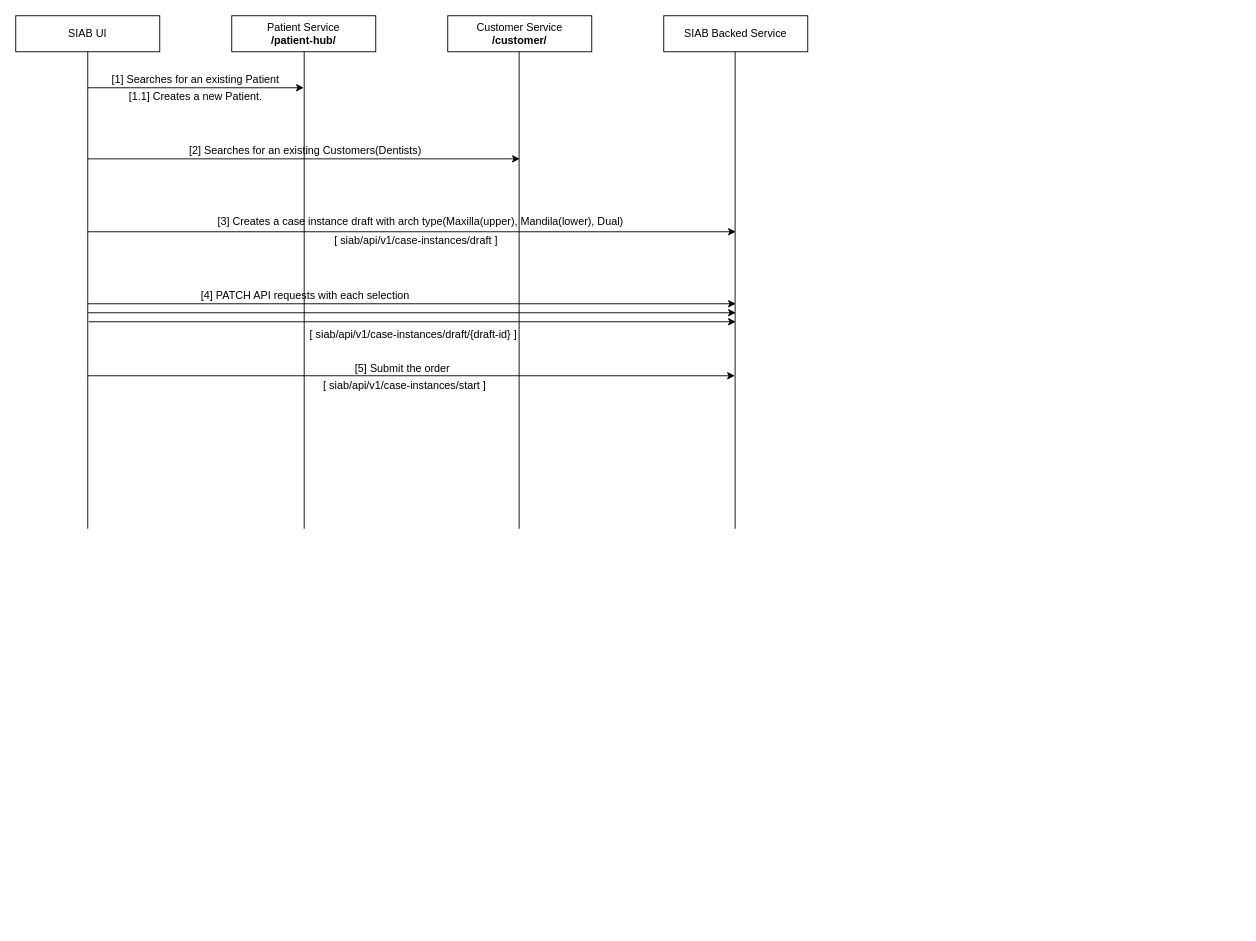
Above: page "Page-2" (2 of 2) of axs-order.drawio in ankitverma5859/drawio (draw.io), before the change. Source tidied: cells renumbered, new cells numbered last; positions are measured from the earlier drawing's top-left corner, leaving out a move shared by most shapes. Both pictures are drawn from the tidied source at 90%, with x=0, y=0 at pixel (15, 15).
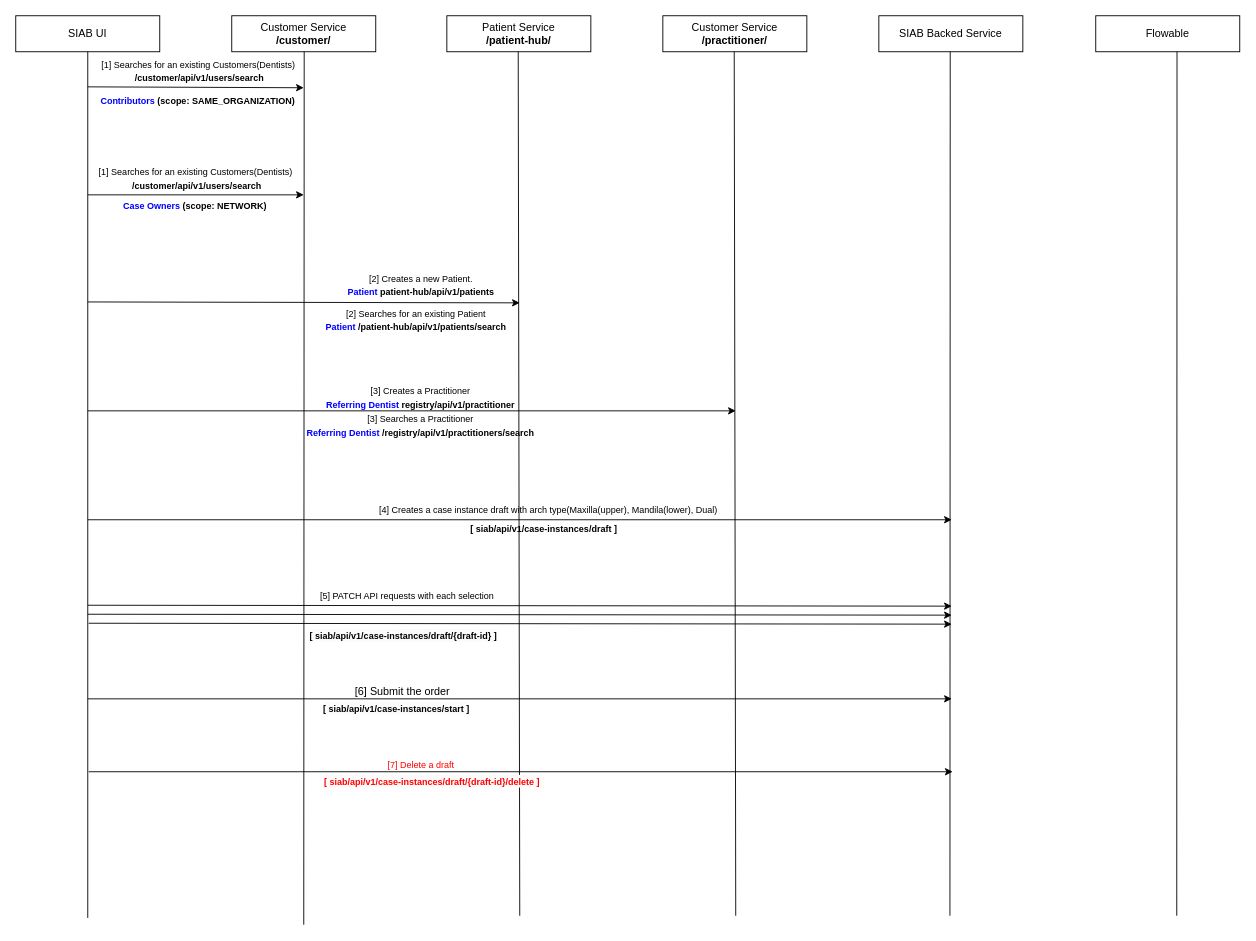
The same page after the edit.

What changed in the source:
```diff
@@
-    <mxCell id="3" value="Patient Service&lt;br&gt;&lt;b&gt;/patient-hub/&lt;/b&gt;" style="rounded=0;whiteSpace=wrap;html=1;" parent="1" vertex="1">
+    <mxCell id="3" value="Customer Service&lt;br style=&quot;border-color: var(--border-color);&quot;&gt;&lt;b style=&quot;border-color: var(--border-color);&quot;&gt;/customer/&lt;/b&gt;" style="rounded=0;whiteSpace=wrap;html=1;" parent="1" vertex="1">
       <mxGeometry x="240" width="160" height="40" as="geometry" />
     </mxCell>
-    <mxCell id="4" value="Customer Service&lt;br&gt;&lt;b style=&quot;border-color: var(--border-color);&quot;&gt;/customer/&lt;/b&gt;" style="rounded=0;whiteSpace=wrap;html=1;" parent="1" vertex="1">
-      <mxGeometry x="480" width="160" height="40" as="geometry" />
+    <mxCell id="4" value="Customer Service&lt;br&gt;&lt;b style=&quot;border-color: var(--border-color);&quot;&gt;/practitioner/&lt;/b&gt;" style="rounded=0;whiteSpace=wrap;html=1;" parent="1" vertex="1">
+      <mxGeometry x="719" width="160" height="40" as="geometry" />
     </mxCell>
     <mxCell id="5" value="SIAB Backed Service" style="rounded=0;whiteSpace=wrap;html=1;" parent="1" vertex="1">
-      <mxGeometry x="720" width="160" height="40" as="geometry" />
+      <mxGeometry x="959" width="160" height="40" as="geometry" />
     </mxCell>
     <mxCell id="6" style="endArrow=none;html=1;rounded=0;" parent="1" edge="1">
       <mxGeometry relative="1" as="geometry">
-        <mxPoint x="80" y="570" as="sourcePoint" />
+        <mxPoint x="80" y="1002.4" as="sourcePoint" />
         <mxPoint x="80" y="40" as="targetPoint" />
       </mxGeometry>
     </mxCell>
     <mxCell id="7" style="endArrow=none;html=1;rounded=0;" parent="1" edge="1">
       <mxGeometry relative="1" as="geometry">
-        <mxPoint x="320.5" y="570" as="sourcePoint" />
+        <mxPoint x="320" y="1010" as="sourcePoint" />
         <mxPoint x="320.5" y="40" as="targetPoint" />
       </mxGeometry>
     </mxCell>
     <mxCell id="8" style="endArrow=none;html=1;rounded=0;" parent="1" edge="1">
       <mxGeometry relative="1" as="geometry">
-        <mxPoint x="559.3" y="570" as="sourcePoint" />
-        <mxPoint x="559.3" y="40" as="targetPoint" />
+        <mxPoint x="800" y="1000" as="sourcePoint" />
+        <mxPoint x="798.3" y="40" as="targetPoint" />
       </mxGeometry>
     </mxCell>
     <mxCell id="9" style="endArrow=none;html=1;rounded=0;" parent="1" edge="1">
       <mxGeometry relative="1" as="geometry">
-        <mxPoint x="799.3" y="570" as="sourcePoint" />
-        <mxPoint x="799.3" y="40" as="targetPoint" />
+        <mxPoint x="1038" y="1000" as="sourcePoint" />
+        <mxPoint x="1038.3" y="40" as="targetPoint" />
       </mxGeometry>
     </mxCell>
     <mxCell id="10" style="endArrow=classic;html=1;rounded=0;" parent="1" edge="1">
       <mxGeometry relative="1" as="geometry">
-        <mxPoint x="80" y="80" as="sourcePoint" />
-        <mxPoint x="320" y="80" as="targetPoint" />
+        <mxPoint x="80" y="318" as="sourcePoint" />
+        <mxPoint x="560" y="319" as="targetPoint" />
       </mxGeometry>
     </mxCell>
-    <mxCell id="11" value="[1] Searches for an existing Patient" style="text;html=1;strokeColor=none;fillColor=none;align=center;verticalAlign=middle;whiteSpace=wrap;rounded=0;" parent="1" vertex="1">
-      <mxGeometry x="100" y="66" width="200" height="10" as="geometry" />
+    <mxCell id="11" value="&lt;font style=&quot;font-size: 10px;&quot;&gt;[2] Searches for an existing Patient&lt;br&gt;&lt;b&gt;&lt;font color=&quot;#0000ff&quot;&gt;Patient&lt;/font&gt; /patient-hub/api/v1/patients/search&lt;/b&gt;&lt;br&gt;&lt;/font&gt;" style="text;html=1;strokeColor=none;fillColor=none;align=center;verticalAlign=middle;whiteSpace=wrap;rounded=0;" parent="1" vertex="1">
+      <mxGeometry x="330" y="323" width="230" height="30" as="geometry" />
     </mxCell>
     <mxCell id="12" style="endArrow=classic;html=1;rounded=0;" parent="1" edge="1">
       <mxGeometry relative="1" as="geometry">
-        <mxPoint x="80" y="159" as="sourcePoint" />
-        <mxPoint x="560" y="159" as="targetPoint" />
+        <mxPoint x="80" y="79" as="sourcePoint" />
+        <mxPoint x="320" y="80" as="targetPoint" />
       </mxGeometry>
     </mxCell>
-    <mxCell id="13" value="[2] Searches for an existing Customers(Dentists)" style="text;html=1;strokeColor=none;fillColor=none;align=center;verticalAlign=middle;whiteSpace=wrap;rounded=0;" parent="1" vertex="1">
-      <mxGeometry x="162" y="145" width="320" height="10" as="geometry" />
+    <mxCell id="13" value="&lt;font style=&quot;font-size: 10px;&quot;&gt;[1] Searches for an existing Customers(Dentists)&amp;nbsp;&lt;br&gt;&lt;b&gt;/customer/api/v1/users/search&lt;/b&gt;&lt;/font&gt;" style="text;html=1;strokeColor=none;fillColor=none;align=center;verticalAlign=middle;whiteSpace=wrap;rounded=0;" parent="1" vertex="1">
+      <mxGeometry x="84" y="56" width="241" height="10" as="geometry" />
     </mxCell>
-    <mxCell id="14" value="[1.1] Creates a new Patient." style="text;html=1;strokeColor=none;fillColor=none;align=center;verticalAlign=middle;whiteSpace=wrap;rounded=0;" parent="1" vertex="1">
-      <mxGeometry x="100" y="85" width="200" height="10" as="geometry" />
+    <mxCell id="14" value="&lt;font style=&quot;font-size: 10px;&quot;&gt;[2] Creates a new Patient.&lt;br&gt;&lt;b&gt;&lt;font color=&quot;#0000ff&quot;&gt;Patient &lt;/font&gt;patient-hub/api/v1/patients&lt;/b&gt;&lt;br&gt;&lt;/font&gt;" style="text;html=1;strokeColor=none;fillColor=none;align=center;verticalAlign=middle;whiteSpace=wrap;rounded=0;" parent="1" vertex="1">
+      <mxGeometry x="362.5" y="282" width="175" height="34" as="geometry" />
     </mxCell>
     <mxCell id="15" style="endArrow=classic;html=1;rounded=0;" parent="1" edge="1">
       <mxGeometry relative="1" as="geometry">
-        <mxPoint x="80" y="240" as="sourcePoint" />
-        <mxPoint x="800" y="240" as="targetPoint" />
+        <mxPoint x="80" y="560" as="sourcePoint" />
+        <mxPoint x="1040" y="560" as="targetPoint" />
       </mxGeometry>
     </mxCell>
-    <mxCell id="16" value="[3] Creates a case instance draft with arch type(Maxilla(upper), Mandila(lower), Dual)" style="text;html=1;strokeColor=none;fillColor=none;align=center;verticalAlign=middle;whiteSpace=wrap;rounded=0;" parent="1" vertex="1">
-      <mxGeometry x="210" y="224" width="480" height="10" as="geometry" />
+    <mxCell id="16" value="&lt;font style=&quot;font-size: 10px;&quot;&gt;[4] Creates a case instance draft with arch type(Maxilla(upper), Mandila(lower), Dual)&lt;/font&gt;" style="text;html=1;strokeColor=none;fillColor=none;align=center;verticalAlign=middle;whiteSpace=wrap;rounded=0;" parent="1" vertex="1">
+      <mxGeometry x="352" y="544" width="480" height="10" as="geometry" />
     </mxCell>
-    <mxCell id="17" value="[ siab/api/v1/case-instances/draft ]" style="text;html=1;strokeColor=none;fillColor=none;align=center;verticalAlign=middle;whiteSpace=wrap;rounded=0;" parent="1" vertex="1">
-      <mxGeometry x="340" y="240" width="210" height="20" as="geometry" />
+    <mxCell id="17" value="&lt;b&gt;&lt;font style=&quot;font-size: 10px;&quot;&gt;[ siab/api/v1/case-instances/draft ]&lt;/font&gt;&lt;/b&gt;" style="text;html=1;strokeColor=none;fillColor=none;align=center;verticalAlign=middle;whiteSpace=wrap;rounded=0;" parent="1" vertex="1">
+      <mxGeometry x="482" y="560" width="210" height="20" as="geometry" />
     </mxCell>
     <mxCell id="18" style="endArrow=classic;html=1;rounded=0;" parent="1" edge="1">
       <mxGeometry relative="1" as="geometry">
-        <mxPoint x="80" y="320" as="sourcePoint" />
-        <mxPoint x="800" y="320" as="targetPoint" />
+        <mxPoint x="80" y="655" as="sourcePoint" />
+        <mxPoint x="1040" y="656" as="targetPoint" />
       </mxGeometry>
     </mxCell>
-    <mxCell id="19" value="[4] PATCH API requests with each selection" style="text;html=1;strokeColor=none;fillColor=none;align=center;verticalAlign=middle;whiteSpace=wrap;rounded=0;" parent="1" vertex="1">
-      <mxGeometry x="162" y="306" width="320" height="10" as="geometry" />
+    <mxCell id="19" value="&lt;font style=&quot;font-size: 10px;&quot;&gt;[5] PATCH API requests with each selection&lt;/font&gt;" style="text;html=1;strokeColor=none;fillColor=none;align=center;verticalAlign=middle;whiteSpace=wrap;rounded=0;" parent="1" vertex="1">
+      <mxGeometry x="320" y="640" width="230" height="10" as="geometry" />
     </mxCell>
     <mxCell id="20" style="endArrow=classic;html=1;rounded=0;" parent="1" edge="1">
       <mxGeometry relative="1" as="geometry">
-        <mxPoint x="80" y="330" as="sourcePoint" />
-        <mxPoint x="800" y="330" as="targetPoint" />
+        <mxPoint x="80" y="665" as="sourcePoint" />
+        <mxPoint x="1040" y="666" as="targetPoint" />
       </mxGeometry>
     </mxCell>
     <mxCell id="21" style="endArrow=classic;html=1;rounded=0;" parent="1" edge="1">
       <mxGeometry relative="1" as="geometry">
-        <mxPoint x="81" y="340" as="sourcePoint" />
-        <mxPoint x="800" y="340" as="targetPoint" />
+        <mxPoint x="81" y="675" as="sourcePoint" />
+        <mxPoint x="1040" y="676" as="targetPoint" />
       </mxGeometry>
     </mxCell>
-    <mxCell id="22" value="&lt;span style=&quot;color: rgb(0, 0, 0); font-family: Helvetica; font-size: 12px; font-style: normal; font-variant-ligatures: normal; font-variant-caps: normal; font-weight: 400; letter-spacing: normal; orphans: 2; text-align: center; text-indent: 0px; text-transform: none; widows: 2; word-spacing: 0px; -webkit-text-stroke-width: 0px; background-color: rgb(251, 251, 251); text-decoration-thickness: initial; text-decoration-style: initial; text-decoration-color: initial; float: none; display: inline !important;&quot;&gt;[ siab/api/v1/case-instances/draft/{draft-id} ]&lt;/span&gt;" style="text;whiteSpace=wrap;html=1;" parent="1" vertex="1">
-      <mxGeometry x="325" y="340" width="250" height="20" as="geometry" />
+    <mxCell id="22" value="&lt;span style=&quot;color: rgb(0, 0, 0); font-family: Helvetica; font-style: normal; font-variant-ligatures: normal; font-variant-caps: normal; letter-spacing: normal; orphans: 2; text-align: center; text-indent: 0px; text-transform: none; widows: 2; word-spacing: 0px; -webkit-text-stroke-width: 0px; background-color: rgb(251, 251, 251); text-decoration-thickness: initial; text-decoration-style: initial; text-decoration-color: initial; float: none; display: inline !important;&quot;&gt;&lt;b style=&quot;&quot;&gt;&lt;font style=&quot;font-size: 10px;&quot;&gt;[ siab/api/v1/case-instances/draft/{draft-id} ]&lt;/font&gt;&lt;/b&gt;&lt;/span&gt;" style="text;whiteSpace=wrap;html=1;" parent="1" vertex="1">
+      <mxGeometry x="325" y="675" width="250" height="20" as="geometry" />
     </mxCell>
     <mxCell id="23" style="endArrow=classic;html=1;rounded=0;" parent="1" edge="1">
       <mxGeometry relative="1" as="geometry">
-        <mxPoint x="80" y="400" as="sourcePoint" />
-        <mxPoint x="799" y="400" as="targetPoint" />
+        <mxPoint x="80" y="759" as="sourcePoint" />
+        <mxPoint x="1040" y="759" as="targetPoint" />
       </mxGeometry>
     </mxCell>
-    <mxCell id="24" value="[5] Submit the order" style="text;html=1;strokeColor=none;fillColor=none;align=center;verticalAlign=middle;whiteSpace=wrap;rounded=0;" parent="1" vertex="1">
-      <mxGeometry x="270" y="387" width="320" height="10" as="geometry" />
+    <mxCell id="24" value="[6] Submit the order" style="text;html=1;strokeColor=none;fillColor=none;align=center;verticalAlign=middle;whiteSpace=wrap;rounded=0;" parent="1" vertex="1">
+      <mxGeometry x="270" y="746" width="320" height="10" as="geometry" />
     </mxCell>
-    <mxCell id="25" value="&lt;span style=&quot;color: rgb(0, 0, 0); font-family: Helvetica; font-size: 12px; font-style: normal; font-variant-ligatures: normal; font-variant-caps: normal; font-weight: 400; letter-spacing: normal; orphans: 2; text-align: center; text-indent: 0px; text-transform: none; widows: 2; word-spacing: 0px; -webkit-text-stroke-width: 0px; background-color: rgb(251, 251, 251); text-decoration-thickness: initial; text-decoration-style: initial; text-decoration-color: initial; float: none; display: inline !important;&quot;&gt;[ siab/api/v1/case-instances/start ]&lt;/span&gt;" style="text;whiteSpace=wrap;html=1;" parent="1" vertex="1">
-      <mxGeometry x="340" y="397" width="250" height="20" as="geometry" />
+    <mxCell id="25" value="&lt;span style=&quot;color: rgb(0, 0, 0); font-family: Helvetica; font-style: normal; font-variant-ligatures: normal; font-variant-caps: normal; letter-spacing: normal; orphans: 2; text-align: center; text-indent: 0px; text-transform: none; widows: 2; word-spacing: 0px; -webkit-text-stroke-width: 0px; background-color: rgb(251, 251, 251); text-decoration-thickness: initial; text-decoration-style: initial; text-decoration-color: initial; float: none; display: inline !important;&quot;&gt;&lt;b style=&quot;&quot;&gt;&lt;font style=&quot;font-size: 10px;&quot;&gt;[ siab/api/v1/case-instances/start ]&lt;/font&gt;&lt;/b&gt;&lt;/span&gt;" style="text;whiteSpace=wrap;html=1;" parent="1" vertex="1">
+      <mxGeometry x="340" y="756" width="180" height="20" as="geometry" />
     </mxCell>
+    <mxCell id="26" value="Patient Service&lt;br style=&quot;border-color: var(--border-color);&quot;&gt;&lt;b style=&quot;border-color: var(--border-color);&quot;&gt;/patient-hub/&lt;/b&gt;" style="rounded=0;whiteSpace=wrap;html=1;" parent="1" vertex="1">
+      <mxGeometry x="479" width="160" height="40" as="geometry" />
+    </mxCell>
+    <mxCell id="27" style="endArrow=none;html=1;rounded=0;" parent="1" edge="1">
+      <mxGeometry relative="1" as="geometry">
+        <mxPoint x="560" y="1000" as="sourcePoint" />
+        <mxPoint x="558.3" y="40" as="targetPoint" />
+      </mxGeometry>
+    </mxCell>
+    <mxCell id="28" style="endArrow=classic;html=1;rounded=0;" parent="1" edge="1">
+      <mxGeometry relative="1" as="geometry">
+        <mxPoint x="80" y="439" as="sourcePoint" />
+        <mxPoint x="800" y="439" as="targetPoint" />
+      </mxGeometry>
+    </mxCell>
+    <mxCell id="29" value="&lt;font style=&quot;font-size: 10px;&quot;&gt;[3] Creates a Practitioner&lt;br&gt;&lt;b style=&quot;border-color: var(--border-color); font-size: 12px;&quot;&gt;&lt;font style=&quot;border-color: var(--border-color); font-size: 10px;&quot; color=&quot;#0000ff&quot;&gt;Referring Dentist&amp;nbsp;&lt;/font&gt;&lt;/b&gt;&lt;b&gt;registry/api/v1/practitioner&lt;/b&gt;&lt;/font&gt;" style="text;html=1;strokeColor=none;fillColor=none;align=center;verticalAlign=middle;whiteSpace=wrap;rounded=0;" parent="1" vertex="1">
+      <mxGeometry x="340" y="409" width="220" height="30" as="geometry" />
+    </mxCell>
+    <mxCell id="30" value="&lt;span style=&quot;border-color: var(--border-color);&quot;&gt;&lt;font style=&quot;font-size: 10px;&quot;&gt;&lt;b&gt;&lt;font color=&quot;#0000ff&quot;&gt;Contributors&lt;/font&gt; (scope:&amp;nbsp;SAME_ORGANIZATION)&lt;/b&gt;&lt;/font&gt;&lt;/span&gt;" style="text;html=1;strokeColor=none;fillColor=none;align=center;verticalAlign=middle;whiteSpace=wrap;rounded=0;" parent="1" vertex="1">
+      <mxGeometry x="86.5" y="85" width="231" height="19" as="geometry" />
+    </mxCell>
+    <mxCell id="31" style="endArrow=classic;html=1;rounded=0;" parent="1" edge="1">
+      <mxGeometry relative="1" as="geometry">
+        <mxPoint x="80" y="199" as="sourcePoint" />
+        <mxPoint x="320" y="199" as="targetPoint" />
+      </mxGeometry>
+    </mxCell>
+    <mxCell id="32" value="&lt;font style=&quot;font-size: 10px;&quot;&gt;[1] Searches for an existing Customers(Dentists)&amp;nbsp;&lt;br&gt;&lt;b style=&quot;&quot;&gt;/customer/api/v1/users/search&lt;/b&gt;&lt;/font&gt;" style="text;html=1;strokeColor=none;fillColor=none;align=center;verticalAlign=middle;whiteSpace=wrap;rounded=0;" parent="1" vertex="1">
+      <mxGeometry x="86.5" y="176" width="229" height="10" as="geometry" />
+    </mxCell>
+    <mxCell id="33" value="&lt;font style=&quot;font-size: 10px;&quot;&gt;&lt;b&gt;&lt;font color=&quot;#0000ff&quot;&gt;Case Owners&lt;/font&gt; (scope:&amp;nbsp;NETWORK)&lt;/b&gt;&lt;/font&gt;" style="text;html=1;strokeColor=none;fillColor=none;align=center;verticalAlign=middle;whiteSpace=wrap;rounded=0;" parent="1" vertex="1">
+      <mxGeometry x="109.5" y="201" width="179" height="19" as="geometry" />
+    </mxCell>
+    <mxCell id="34" value="&lt;font style=&quot;font-size: 10px;&quot;&gt;[3]&amp;nbsp;Searches a Practitioner&lt;br&gt;&lt;b style=&quot;border-color: var(--border-color); font-size: 12px;&quot;&gt;&lt;font style=&quot;border-color: var(--border-color); font-size: 10px;&quot; color=&quot;#0000ff&quot;&gt;Referring Dentist&lt;/font&gt;&lt;/b&gt;&lt;b&gt;&amp;nbsp;/registry/api/v1/practitioners/search&lt;/b&gt;&lt;/font&gt;" style="text;html=1;strokeColor=none;fillColor=none;align=center;verticalAlign=middle;whiteSpace=wrap;rounded=0;" parent="1" vertex="1">
+      <mxGeometry x="320" y="440" width="260" height="30" as="geometry" />
+    </mxCell>
+    <mxCell id="35" style="endArrow=classic;html=1;rounded=0;" parent="1" edge="1">
+      <mxGeometry relative="1" as="geometry">
+        <mxPoint x="81" y="840" as="sourcePoint" />
+        <mxPoint x="1041" y="840" as="targetPoint" />
+      </mxGeometry>
+    </mxCell>
+    <mxCell id="36" value="&lt;font style=&quot;font-size: 10px;&quot; color=&quot;#ff0000&quot;&gt;[7] Delete a draft&lt;/font&gt;" style="text;html=1;strokeColor=none;fillColor=none;align=center;verticalAlign=middle;whiteSpace=wrap;rounded=0;" parent="1" vertex="1">
+      <mxGeometry x="385.5" y="827" width="129" height="10" as="geometry" />
+    </mxCell>
+    <mxCell id="37" value="&lt;span style=&quot;font-family: Helvetica; font-style: normal; font-variant-ligatures: normal; font-variant-caps: normal; letter-spacing: normal; orphans: 2; text-align: center; text-indent: 0px; text-transform: none; widows: 2; word-spacing: 0px; -webkit-text-stroke-width: 0px; background-color: rgb(251, 251, 251); text-decoration-thickness: initial; text-decoration-style: initial; text-decoration-color: initial; float: none; display: inline !important;&quot;&gt;&lt;b style=&quot;&quot;&gt;&lt;font color=&quot;#ff0000&quot; style=&quot;font-size: 10px;&quot;&gt;[&amp;nbsp;siab/api/v1/case-instances/draft/{draft-id}/delete&amp;nbsp;]&lt;/font&gt;&lt;br&gt;&lt;/b&gt;&lt;/span&gt;" style="text;whiteSpace=wrap;html=1;" parent="1" vertex="1">
+      <mxGeometry x="341" y="837" width="499" height="20" as="geometry" />
+    </mxCell>
+    <mxCell id="38" value="Flowable" style="rounded=0;whiteSpace=wrap;html=1;" parent="1" vertex="1">
+      <mxGeometry x="1200" width="160" height="40" as="geometry" />
+    </mxCell>
+    <mxCell id="39" style="endArrow=none;html=1;rounded=0;" parent="1" edge="1">
+      <mxGeometry relative="1" as="geometry">
+        <mxPoint x="1290" y="1000" as="sourcePoint" />
+        <mxPoint x="1290.3" y="40" as="targetPoint" />
+      </mxGeometry>
+    </mxCell>
```
